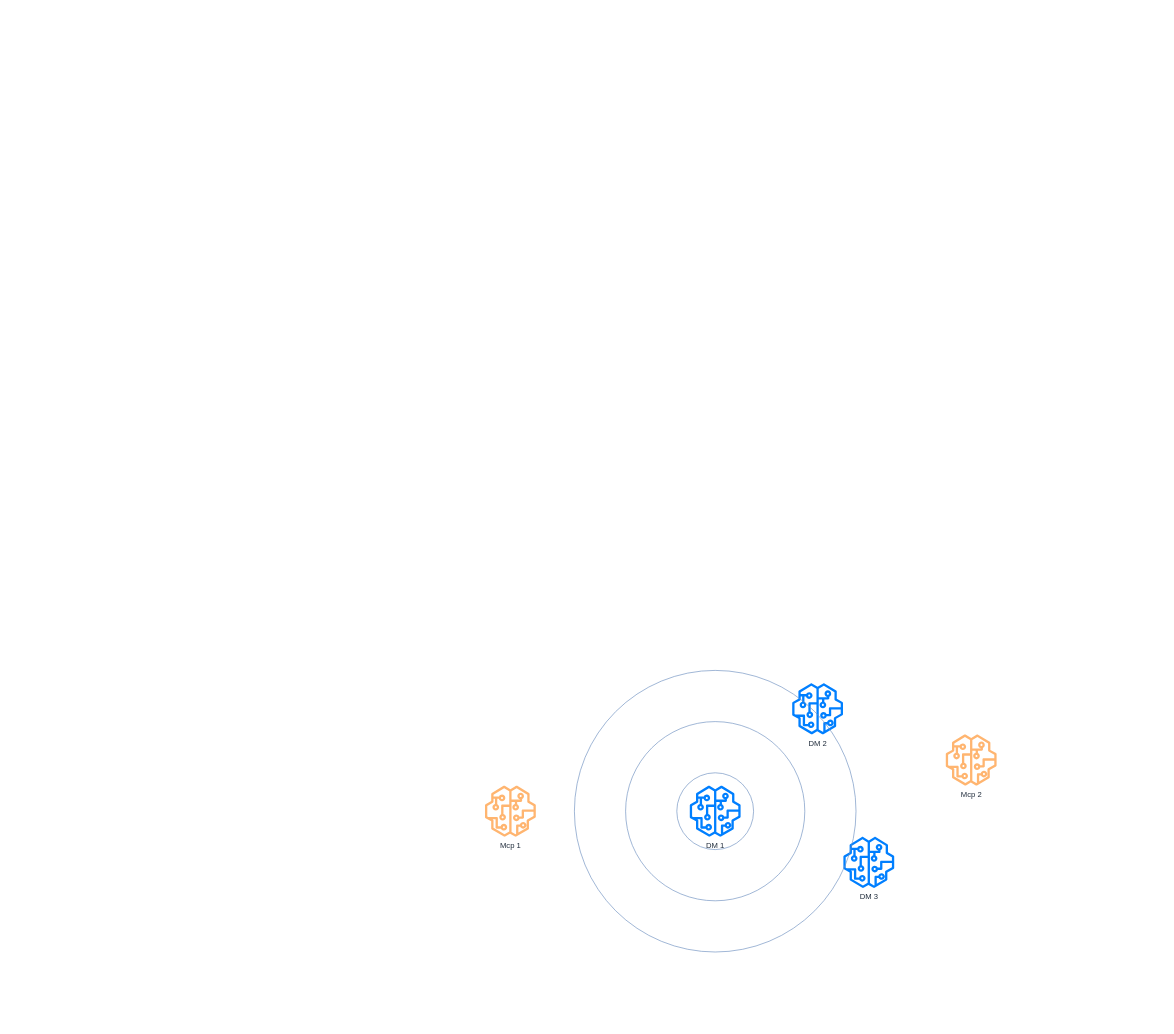
Above: page "Search" (2 of 4) of schema/paths_Mcp.drawio in yjourdin/these (draw.io), before the change. Source tidied: cells renumbered, new cells numbered last; positions are measured from the earlier drawing's top-left corner, leaving out a move shared by most shapes. Both pictures are drawn from the tidied source at 64%, with x=0, y=0 at pixel (484, 670).
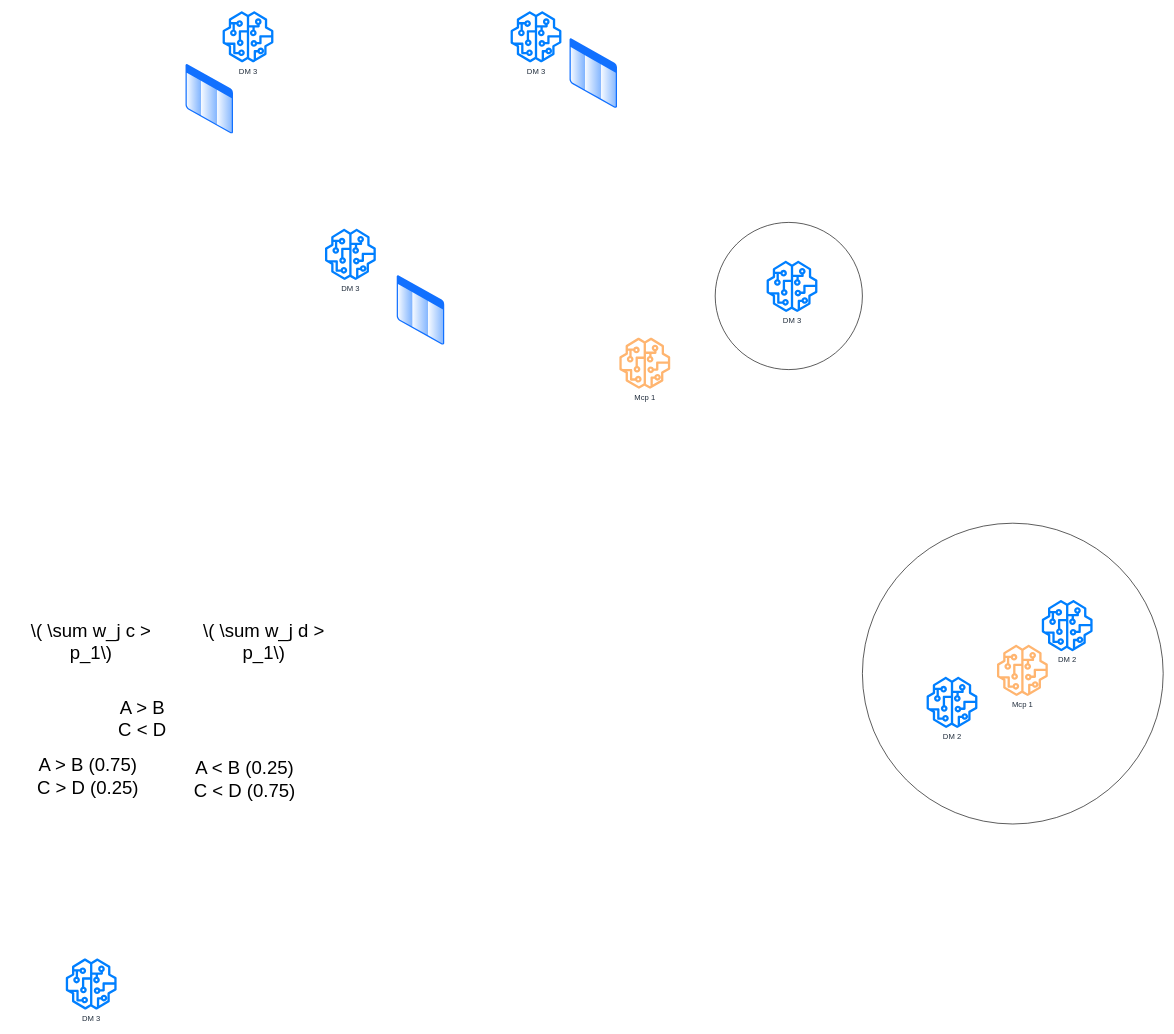
The same diagram, later.

Diff of the diagram source:
```diff
@@
-    <mxCell id="2" value="DM 1" style="sketch=0;fontColor=#232F3E;gradientColor=none;fillColor=#007FFF;strokeColor=none;dashed=0;verticalLabelPosition=bottom;verticalAlign=top;align=center;html=1;fontSize=12;fontStyle=0;shape=mxgraph.aws4.sagemaker_model;" parent="1" vertex="1">
-      <mxGeometry x="320" y="180" width="80" height="80" as="geometry" />
-    </mxCell>
+    <mxCell id="10" style="ellipse;whiteSpace=wrap;html=1;shapeInside=1;fillColor=none;" parent="1" vertex="1">
+      <mxGeometry x="590" y="-230" width="470" height="470" as="geometry" />
+    </mxCell>
     <mxCell id="3" value="DM 2" style="sketch=0;fontColor=#232F3E;gradientColor=none;fillColor=#007FFF;strokeColor=none;dashed=0;verticalLabelPosition=bottom;verticalAlign=top;align=center;html=1;fontSize=12;fontStyle=0;shape=mxgraph.aws4.sagemaker_model;" parent="1" vertex="1">
-      <mxGeometry x="480" y="20" width="80" height="80" as="geometry" />
+      <mxGeometry x="690" y="10" width="80" height="80" as="geometry" />
     </mxCell>
     <mxCell id="4" value="DM 3" style="sketch=0;fontColor=#232F3E;gradientColor=none;fillColor=#007FFF;strokeColor=none;dashed=0;verticalLabelPosition=bottom;verticalAlign=top;align=center;html=1;fontSize=12;fontStyle=0;shape=mxgraph.aws4.sagemaker_model;" parent="1" vertex="1">
-      <mxGeometry x="560" y="260" width="80" height="80" as="geometry" />
+      <mxGeometry x="-655" y="450" width="80" height="80" as="geometry" />
     </mxCell>
     <mxCell id="5" value="Mcp 1" style="sketch=0;fontColor=#232F3E;gradientColor=none;fillColor=#FFB570;strokeColor=none;dashed=0;verticalLabelPosition=bottom;verticalAlign=top;align=center;html=1;fontSize=12;fontStyle=0;shape=mxgraph.aws4.sagemaker_model;" parent="1" vertex="1">
-      <mxGeometry y="180" width="80" height="80" as="geometry" />
+      <mxGeometry x="800" y="-40" width="80" height="80" as="geometry" />
     </mxCell>
-    <mxCell id="6" value="Mcp 2" style="sketch=0;fontColor=#232F3E;gradientColor=none;fillColor=#FFB570;strokeColor=none;dashed=0;verticalLabelPosition=bottom;verticalAlign=top;align=center;html=1;fontSize=12;fontStyle=0;shape=mxgraph.aws4.sagemaker_model;" parent="1" vertex="1">
-      <mxGeometry x="720" y="100" width="80" height="80" as="geometry" />
-    </mxCell>
-    <mxCell id="7" style="ellipse;whiteSpace=wrap;html=1;fillColor=none;strokeColor=#6c8ebf;" parent="1" vertex="1">
-      <mxGeometry x="300" y="160" width="120" height="120" as="geometry" />
-    </mxCell>
-    <mxCell id="8" style="ellipse;whiteSpace=wrap;html=1;fillColor=none;strokeColor=#6c8ebf;" parent="1" vertex="1">
-      <mxGeometry x="220" y="80" width="280" height="280" as="geometry" />
-    </mxCell>
-    <mxCell id="9" style="ellipse;whiteSpace=wrap;html=1;fillColor=none;strokeColor=#6c8ebf;" parent="1" vertex="1">
-      <mxGeometry x="140" width="440" height="440" as="geometry" />
-    </mxCell>
+    <mxCell id="11" value="DM 2" style="sketch=0;fontColor=#232F3E;gradientColor=none;fillColor=#007FFF;strokeColor=none;dashed=0;verticalLabelPosition=bottom;verticalAlign=top;align=center;html=1;fontSize=12;fontStyle=0;shape=mxgraph.aws4.sagemaker_model;" parent="1" vertex="1">
+      <mxGeometry x="870" y="-110" width="80" height="80" as="geometry" />
+    </mxCell>
+    <mxCell id="12" value="DM 3" style="sketch=0;fontColor=#232F3E;gradientColor=none;fillColor=#007FFF;strokeColor=none;dashed=0;verticalLabelPosition=bottom;verticalAlign=top;align=center;html=1;fontSize=12;fontStyle=0;shape=mxgraph.aws4.sagemaker_model;" parent="1" vertex="1">
+      <mxGeometry x="-250" y="-690" width="80" height="80" as="geometry" />
+    </mxCell>
+    <mxCell id="13" value="DM 3" style="sketch=0;fontColor=#232F3E;gradientColor=none;fillColor=#007FFF;strokeColor=none;dashed=0;verticalLabelPosition=bottom;verticalAlign=top;align=center;html=1;fontSize=12;fontStyle=0;shape=mxgraph.aws4.sagemaker_model;" parent="1" vertex="1">
+      <mxGeometry x="440" y="-640" width="80" height="80" as="geometry" />
+    </mxCell>
+    <mxCell id="14" value="DM 3" style="sketch=0;fontColor=#232F3E;gradientColor=none;fillColor=#007FFF;strokeColor=none;dashed=0;verticalLabelPosition=bottom;verticalAlign=top;align=center;html=1;fontSize=12;fontStyle=0;shape=mxgraph.aws4.sagemaker_model;" parent="1" vertex="1">
+      <mxGeometry x="40" y="-1030" width="80" height="80" as="geometry" />
+    </mxCell>
+    <mxCell id="15" value="Mcp 1" style="sketch=0;fontColor=#232F3E;gradientColor=none;fillColor=#FFB570;strokeColor=none;dashed=0;verticalLabelPosition=bottom;verticalAlign=top;align=center;html=1;fontSize=12;fontStyle=0;shape=mxgraph.aws4.sagemaker_model;" parent="1" vertex="1">
+      <mxGeometry x="210" y="-520" width="80" height="80" as="geometry" />
+    </mxCell>
+    <mxCell id="16" style="ellipse;whiteSpace=wrap;html=1;shapeInside=1;fillColor=none;" parent="1" vertex="1">
+      <mxGeometry x="360" y="-700" width="230" height="230" as="geometry" />
+    </mxCell>
+    <mxCell id="17" value="DM 3" style="sketch=0;fontColor=#232F3E;gradientColor=none;fillColor=#007FFF;strokeColor=none;dashed=0;verticalLabelPosition=bottom;verticalAlign=top;align=center;html=1;fontSize=12;fontStyle=0;shape=mxgraph.aws4.sagemaker_model;" parent="1" vertex="1">
+      <mxGeometry x="-410" y="-1030" width="80" height="80" as="geometry" />
+    </mxCell>
+    <mxCell id="18" style="image;perimeter=ellipsePerimeter;html=1;align=center;shadow=0;dashed=0;spacingTop=3;image=img/lib/active_directory/list.svg;labelPerimeter=1;" parent="1" vertex="1">
+      <mxGeometry x="-470" y="-950" width="80" height="114.3" as="geometry" />
+    </mxCell>
+    <mxCell id="19" style="image;perimeter=ellipsePerimeter;html=1;align=center;shadow=0;dashed=0;spacingTop=3;image=img/lib/active_directory/list.svg;labelPerimeter=1;" parent="1" vertex="1">
+      <mxGeometry x="-140" y="-620" width="80" height="114.3" as="geometry" />
+    </mxCell>
+    <mxCell id="20" style="image;perimeter=ellipsePerimeter;html=1;align=center;shadow=0;dashed=0;spacingTop=3;image=img/lib/active_directory/list.svg;labelPerimeter=1;" parent="1" vertex="1">
+      <mxGeometry x="130" y="-990" width="80" height="114.3" as="geometry" />
+    </mxCell>
+    <mxCell id="21" value="&lt;font style=&quot;font-size: 29px;&quot;&gt;A &amp;gt; B (0.75)&lt;/font&gt;&lt;div&gt;&lt;font style=&quot;font-size: 29px;&quot;&gt;C &amp;gt; D (0.25)&lt;/font&gt;&lt;/div&gt;" style="text;html=1;whiteSpace=wrap;strokeColor=none;fillColor=none;align=center;verticalAlign=middle;rounded=0;fontSize=21;" parent="1" vertex="1">
+      <mxGeometry x="-740" y="120" width="240" height="90" as="geometry" />
+    </mxCell>
+    <mxCell id="22" value="&lt;font style=&quot;font-size: 29px;&quot;&gt;A &amp;lt; B (0.25)&lt;/font&gt;&lt;div&gt;&lt;font style=&quot;font-size: 29px;&quot;&gt;C &amp;lt; D (0.75)&lt;/font&gt;&lt;/div&gt;" style="text;html=1;whiteSpace=wrap;strokeColor=none;fillColor=none;align=center;verticalAlign=middle;rounded=0;fontSize=21;" parent="1" vertex="1">
+      <mxGeometry x="-480" y="130" width="210" height="80" as="geometry" />
+    </mxCell>
+    <mxCell id="23" value="&lt;font style=&quot;font-size: 29px;&quot;&gt;A &amp;gt; B&lt;/font&gt;&lt;div&gt;&lt;font style=&quot;font-size: 29px;&quot;&gt;C &amp;lt; D&lt;/font&gt;&lt;/div&gt;" style="text;html=1;whiteSpace=wrap;strokeColor=none;fillColor=none;align=center;verticalAlign=middle;rounded=0;fontSize=21;" parent="1" vertex="1">
+      <mxGeometry x="-610" y="60" width="150" height="30" as="geometry" />
+    </mxCell>
+    <mxCell id="24" value="&lt;span style=&quot;font-size: 29px;&quot;&gt;\( \sum w_j c &amp;gt; p_1\)&lt;/span&gt;" style="text;html=1;whiteSpace=wrap;strokeColor=none;fillColor=none;align=center;verticalAlign=middle;rounded=0;fontSize=21;" parent="1" vertex="1">
+      <mxGeometry x="-720" y="-80" width="210" height="70" as="geometry" />
+    </mxCell>
+    <mxCell id="25" value="&lt;span style=&quot;font-size: 29px;&quot;&gt;\( \sum w_j d &amp;gt; p_1\)&lt;/span&gt;" style="text;html=1;whiteSpace=wrap;strokeColor=none;fillColor=none;align=center;verticalAlign=middle;rounded=0;fontSize=21;" parent="1" vertex="1">
+      <mxGeometry x="-450" y="-60" width="210" height="30" as="geometry" />
+    </mxCell>
```
